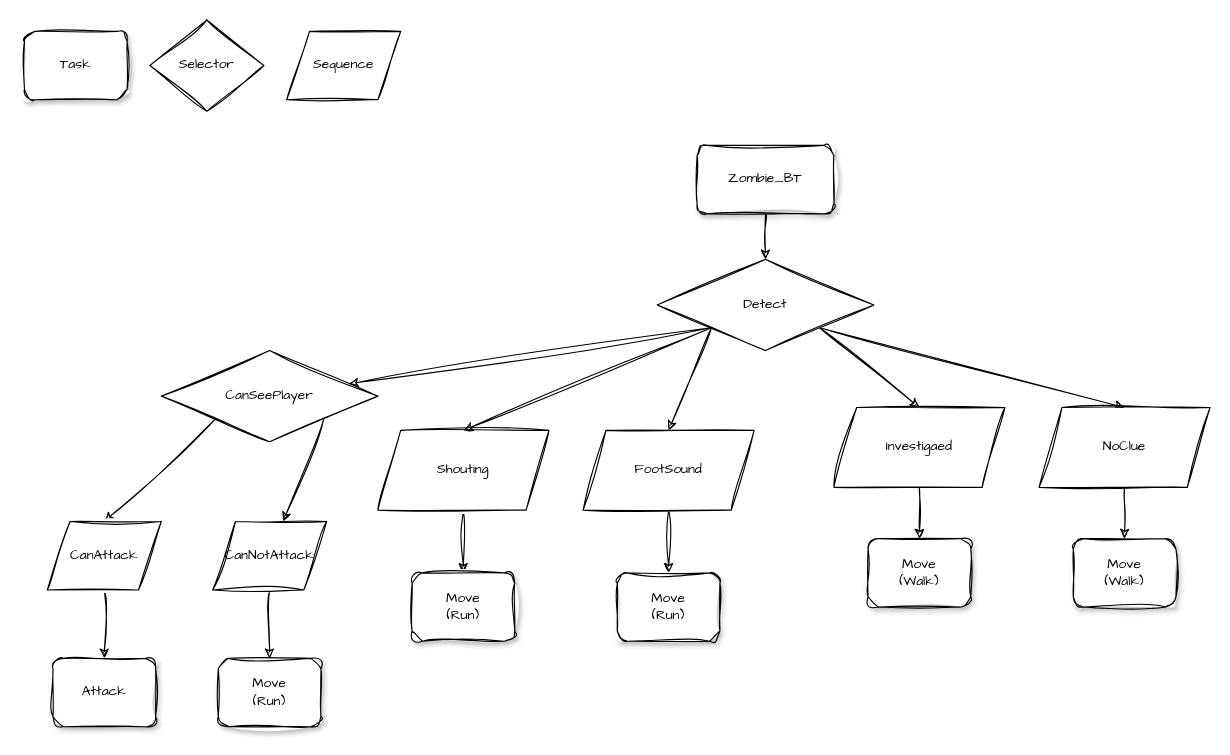
Earlier version of the draw.io diagram JungSeungWon/기타/Zombie_BT.drawio (2023gamedev/project). Source tidied: cells renumbered, new cells numbered last; positions are measured from the earlier drawing's top-left corner, leaving out a move shared by most shapes. Both pictures are drawn from the tidied source at 114%, with x=0, y=0 at pixel (24, 19).
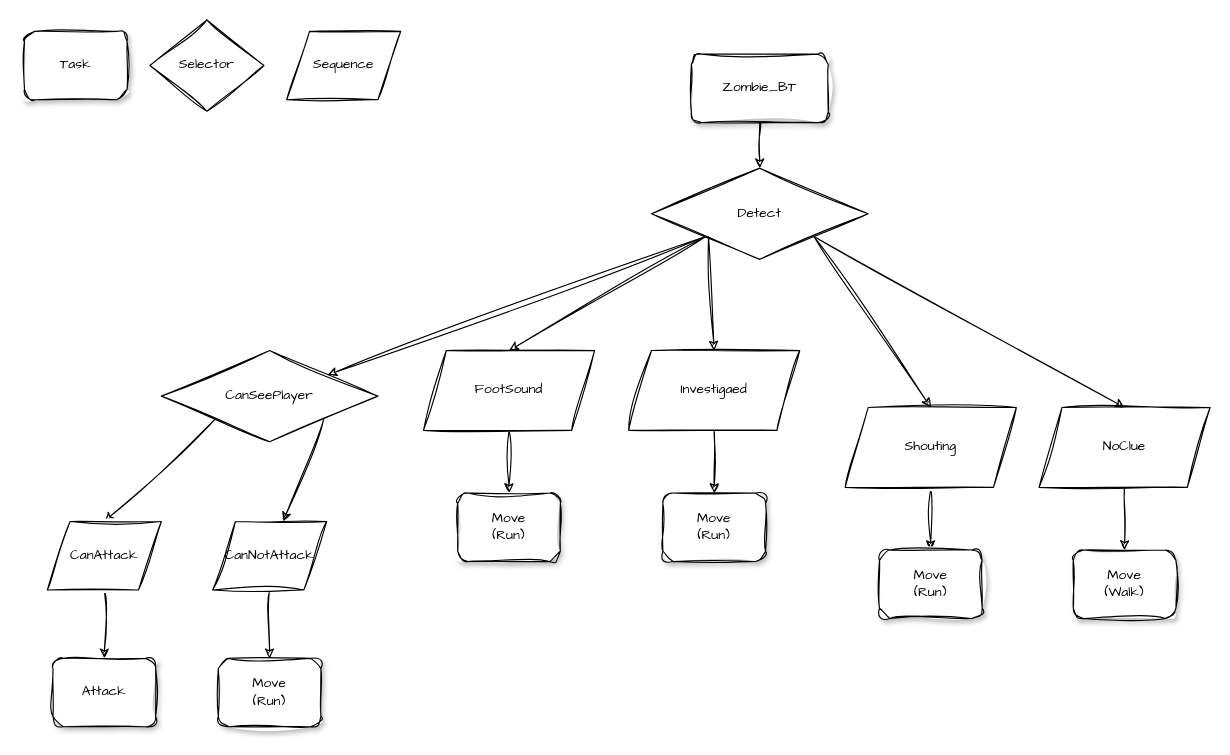
The same page after the edit.

Change to the diagram source:
```diff
@@
     <mxCell id="3" value="&lt;div&gt;Zombie_&lt;span style=&quot;background-color: initial;&quot;&gt;BT&lt;/span&gt;&lt;/div&gt;" style="whiteSpace=wrap;html=1;rounded=1;shadow=1;labelBackgroundColor=none;strokeWidth=1;fontFamily=Architects Daughter;fontSize=12;align=center;sketch=1;curveFitting=1;jiggle=2;" parent="1" vertex="1">
-      <mxGeometry x="590" y="110" width="120" height="60" as="geometry" />
+      <mxGeometry x="585" y="30" width="120" height="60" as="geometry" />
     </mxCell>
@@
-    <mxCell id="6" style="rounded=0;sketch=1;hachureGap=4;jiggle=2;curveFitting=1;jettySize=auto;html=1;exitX=0;exitY=1;exitDx=0;exitDy=0;entryX=0.5;entryY=0;entryDx=0;entryDy=0;fontFamily=Architects Daughter;" parent="1" edge="1" source="8" target="16">
+    <mxCell id="6" style="rounded=0;sketch=1;hachureGap=4;jiggle=2;curveFitting=1;jettySize=auto;html=1;exitX=1;exitY=1;exitDx=0;exitDy=0;entryX=0.5;entryY=0;entryDx=0;entryDy=0;fontFamily=Architects Daughter;strokeColor=default;" parent="1" edge="1" source="8" target="16">
       <mxGeometry relative="1" as="geometry" />
     </mxCell>
-    <mxCell id="7" style="rounded=0;sketch=1;hachureGap=4;jiggle=2;curveFitting=1;jettySize=auto;html=1;exitX=1;exitY=1;exitDx=0;exitDy=0;entryX=0.5;entryY=0;entryDx=0;entryDy=0;fontFamily=Architects Daughter;" parent="1" edge="1" source="8" target="23">
-      <mxGeometry relative="1" as="geometry" />
+    <mxCell id="7" style="rounded=0;sketch=1;hachureGap=4;jiggle=2;curveFitting=1;jettySize=auto;html=1;entryX=0.5;entryY=0;entryDx=0;entryDy=0;fontFamily=Architects Daughter;" parent="1" edge="1" target="23">
+      <mxGeometry relative="1" as="geometry">
+        <mxPoint x="600" y="190" as="sourcePoint" />
+      </mxGeometry>
     </mxCell>
     <mxCell id="8" value="Detect" style="rhombus;whiteSpace=wrap;html=1;sketch=1;hachureGap=4;jiggle=2;curveFitting=1;fontFamily=Architects Daughter;" parent="1" vertex="1">
-      <mxGeometry x="555" y="210" width="190" height="80" as="geometry" />
+      <mxGeometry x="550" y="130" width="190" height="80" as="geometry" />
     </mxCell>
@@
     <mxCell id="16" value="Shouting" style="shape=parallelogram;perimeter=parallelogramPerimeter;whiteSpace=wrap;html=1;fixedSize=1;sketch=1;hachureGap=4;jiggle=2;curveFitting=1;fontFamily=Architects Daughter;" parent="1" vertex="1">
-      <mxGeometry x="310" y="360" width="150" height="70" as="geometry" />
+      <mxGeometry x="720" y="340" width="150" height="70" as="geometry" />
     </mxCell>
@@
     <mxCell id="18" value="FootSound" style="shape=parallelogram;perimeter=parallelogramPerimeter;whiteSpace=wrap;html=1;fixedSize=1;sketch=1;hachureGap=4;jiggle=2;curveFitting=1;fontFamily=Architects Daughter;" parent="1" vertex="1">
-      <mxGeometry x="490" y="360" width="150" height="70" as="geometry" />
+      <mxGeometry x="350" y="290" width="150" height="70" as="geometry" />
     </mxCell>
@@
     <mxCell id="23" value="Investigaed" style="shape=parallelogram;perimeter=parallelogramPerimeter;whiteSpace=wrap;html=1;fixedSize=1;sketch=1;hachureGap=4;jiggle=2;curveFitting=1;fontFamily=Architects Daughter;" parent="1" vertex="1">
-      <mxGeometry x="710" y="340" width="150" height="70" as="geometry" />
+      <mxGeometry x="530" y="290" width="150" height="70" as="geometry" />
     </mxCell>
@@
     <mxCell id="30" value="&lt;div&gt;Move&lt;br&gt;(Run)&lt;/div&gt;" style="whiteSpace=wrap;html=1;rounded=1;shadow=1;labelBackgroundColor=none;strokeWidth=1;fontFamily=Architects Daughter;fontSize=12;align=center;sketch=1;curveFitting=1;jiggle=2;" parent="1" vertex="1">
-      <mxGeometry x="340" y="485" width="90" height="60" as="geometry" />
+      <mxGeometry x="750" y="465" width="90" height="60" as="geometry" />
     </mxCell>
     <mxCell id="31" value="&lt;div&gt;Move&lt;br&gt;(Run)&lt;/div&gt;" style="whiteSpace=wrap;html=1;rounded=1;shadow=1;labelBackgroundColor=none;strokeWidth=1;fontFamily=Architects Daughter;fontSize=12;align=center;sketch=1;curveFitting=1;jiggle=2;" parent="1" vertex="1">
-      <mxGeometry x="520" y="485" width="90" height="60" as="geometry" />
+      <mxGeometry x="380" y="415" width="90" height="60" as="geometry" />
     </mxCell>
-    <mxCell id="32" value="&lt;div&gt;Move&lt;br&gt;(Walk)&lt;/div&gt;" style="whiteSpace=wrap;html=1;rounded=1;shadow=1;labelBackgroundColor=none;strokeWidth=1;fontFamily=Architects Daughter;fontSize=12;align=center;sketch=1;curveFitting=1;jiggle=2;" parent="1" vertex="1">
-      <mxGeometry x="740" y="455" width="90" height="60" as="geometry" />
+    <mxCell id="32" value="&lt;div&gt;Move&lt;br&gt;(Run)&lt;/div&gt;" style="whiteSpace=wrap;html=1;rounded=1;shadow=1;labelBackgroundColor=none;strokeWidth=1;fontFamily=Architects Daughter;fontSize=12;align=center;sketch=1;curveFitting=1;jiggle=2;" parent="1" vertex="1">
+      <mxGeometry x="560" y="415" width="90" height="60" as="geometry" />
     </mxCell>
     <mxCell id="33" value="&lt;div&gt;Move&lt;br&gt;(Walk)&lt;/div&gt;" style="whiteSpace=wrap;html=1;rounded=1;shadow=1;labelBackgroundColor=none;strokeWidth=1;fontFamily=Architects Daughter;fontSize=12;align=center;sketch=1;curveFitting=1;jiggle=2;" parent="1" vertex="1">
-      <mxGeometry x="920" y="455" width="90" height="60" as="geometry" />
+      <mxGeometry x="920" y="465" width="90" height="60" as="geometry" />
     </mxCell>
```
